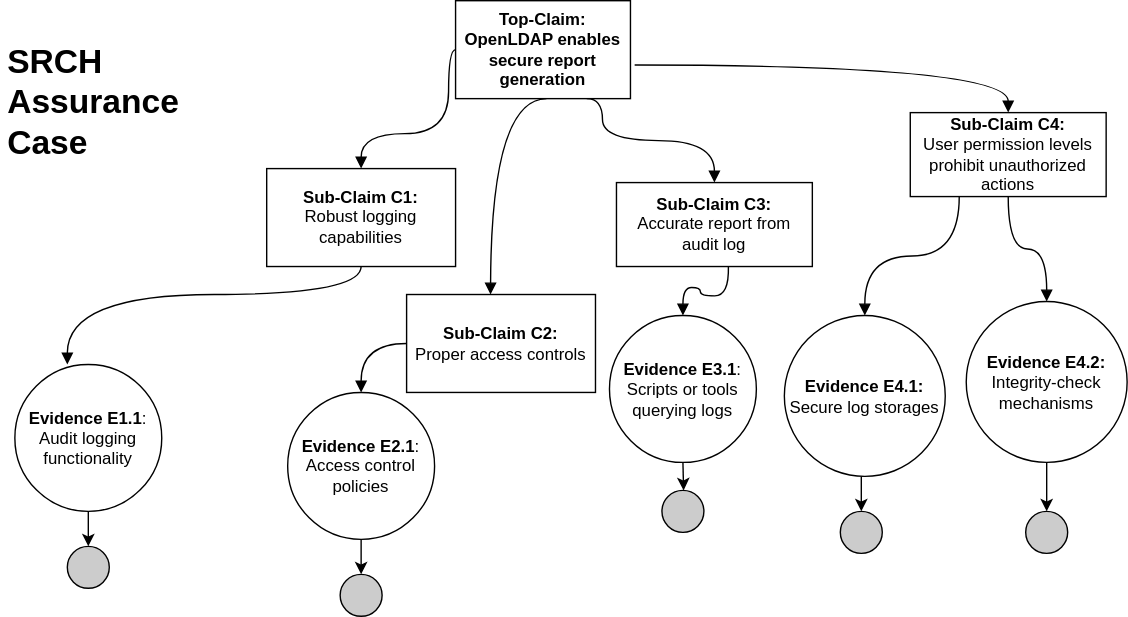
Before: images/SRCH_accurance_case.svg, a diagram exported from draw.io (bartelsjoshuac/SAPG). Source tidied: cells renumbered, new cells last; positions are measured from the earlier drawing's top-left corner, leaving out a move shared by most shapes.
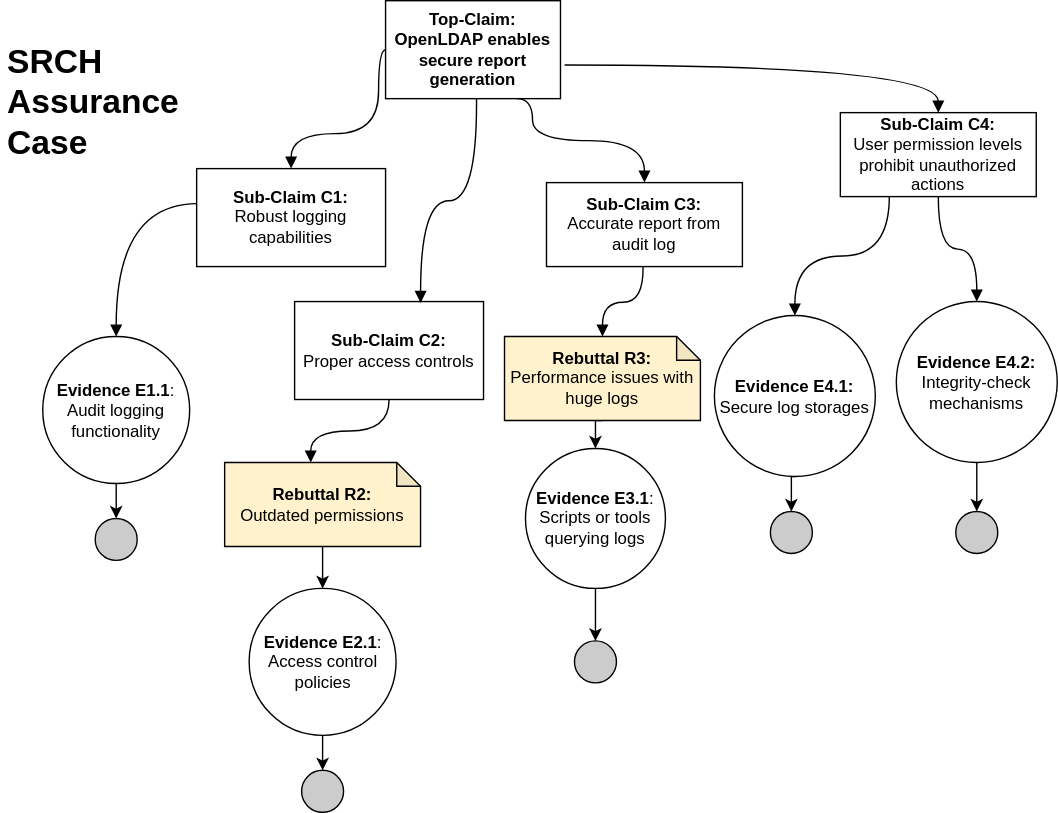
Later version of the same file.

Commit message:
diagram for assurance case 5 is updated

Rebuttals are added to the image.

The edit, as a diff of the source:
```diff
@@ -3,7 +3,7 @@
     <mxCell id="0" />
     <mxCell id="1" parent="0" />
     <mxCell id="2" value="&lt;div&gt;&lt;br&gt;&lt;/div&gt;&lt;h1&gt;SRCH&lt;br&gt;Assurance Case&lt;/h1&gt;&lt;p&gt;&lt;br&gt;&lt;/p&gt;" style="text;html=1;strokeColor=none;fillColor=none;spacing=5;spacingTop=-20;whiteSpace=wrap;overflow=hidden;rounded=0;" parent="1" vertex="1">
-      <mxGeometry y="10" width="190" height="250" as="geometry" />
+      <mxGeometry x="50" y="10" width="135" height="120" as="geometry" />
     </mxCell>
     <mxCell id="3" style="edgeStyle=orthogonalEdgeStyle;rounded=0;jettySize=auto;html=1;endArrow=block;endFill=1;curved=1;entryX=0.5;entryY=0;entryDx=0;entryDy=0;" parent="1" edge="1" source="4" target="6">
       <mxGeometry relative="1" as="geometry">
@@ -17,9 +17,6 @@
     <mxCell id="4" value="&lt;b&gt;Top-Claim:&lt;/b&gt;&lt;br&gt;&lt;b&gt;OpenLDAP enables secure report generation&lt;/b&gt;" style="rounded=0;whiteSpace=wrap;html=1;" parent="1" vertex="1">
       <mxGeometry x="325" width="125" height="70" as="geometry" />
     </mxCell>
-    <mxCell id="5" style="edgeStyle=orthogonalEdgeStyle;curved=1;rounded=0;jettySize=auto;html=1;exitX=0.5;exitY=1;exitDx=0;exitDy=0;entryX=0.25;entryY=1;entryDx=0;entryDy=0;endArrow=block;endFill=1;" parent="1" edge="1" source="6" target="2">
-      <mxGeometry relative="1" as="geometry" />
-    </mxCell>
     <mxCell id="6" value="&lt;b&gt;Sub-Claim C1:&lt;br&gt;&lt;/b&gt;Robust logging capabilities" style="rounded=0;whiteSpace=wrap;html=1;" parent="1" vertex="1">
       <mxGeometry x="190" y="120" width="135" height="70" as="geometry" />
     </mxCell>
@@ -54,48 +51,37 @@
       <mxGeometry relative="1" as="geometry" />
     </mxCell>
     <mxCell id="15" value="&lt;b&gt;Evidence E1.1&lt;/b&gt;:&lt;br&gt;Audit logging functionality" style="ellipse;whiteSpace=wrap;html=1;fillColor=#ffffff;rounded=0;" parent="1" vertex="1">
-      <mxGeometry x="10" y="260" width="105" height="105" as="geometry" />
+      <mxGeometry x="80" y="240" width="105" height="105" as="geometry" />
     </mxCell>
     <mxCell id="16" style="ellipse;whiteSpace=wrap;html=1;fillColor=#CCCCCC;" parent="1" vertex="1">
-      <mxGeometry x="47.5" y="390" width="30" height="30" as="geometry" />
+      <mxGeometry x="117.5" y="370" width="30" height="30" as="geometry" />
     </mxCell>
     <mxCell id="17" value="&lt;b&gt;Sub-Claim C2:&lt;br&gt;&lt;/b&gt;Proper access controls" style="rounded=0;whiteSpace=wrap;html=1;" parent="1" vertex="1">
-      <mxGeometry x="290" y="210" width="135" height="70" as="geometry" />
+      <mxGeometry x="260" y="215" width="135" height="70" as="geometry" />
     </mxCell>
     <mxCell id="18" style="edgeStyle=orthogonalEdgeStyle;rounded=0;jettySize=auto;html=1;exitX=0.5;exitY=1;exitDx=0;exitDy=0;entryX=0.5;entryY=0;entryDx=0;entryDy=0;" parent="1" edge="1" source="19" target="20">
       <mxGeometry relative="1" as="geometry" />
     </mxCell>
     <mxCell id="19" value="&lt;b&gt;Evidence E2.1&lt;/b&gt;:&lt;br&gt;Access control policies" style="ellipse;whiteSpace=wrap;html=1;fillColor=#ffffff;rounded=0;" parent="1" vertex="1">
-      <mxGeometry x="205" y="280" width="105" height="105" as="geometry" />
+      <mxGeometry x="227.5" y="420" width="105" height="105" as="geometry" />
     </mxCell>
     <mxCell id="20" style="ellipse;whiteSpace=wrap;html=1;fillColor=#CCCCCC;" parent="1" vertex="1">
-      <mxGeometry x="242.5" y="410" width="30" height="30" as="geometry" />
+      <mxGeometry x="265" y="550" width="30" height="30" as="geometry" />
     </mxCell>
-    <mxCell id="21" style="edgeStyle=orthogonalEdgeStyle;rounded=0;orthogonalLoop=1;jettySize=auto;html=1;endArrow=block;endFill=1;curved=1;entryX=0.5;entryY=0;entryDx=0;entryDy=0;" parent="1" edge="1">
+    <mxCell id="21" style="edgeStyle=orthogonalEdgeStyle;rounded=0;jettySize=auto;html=1;endArrow=block;endFill=1;curved=1;entryX=0.667;entryY=0.014;entryDx=0;entryDy=0;entryPerimeter=0;" parent="1" edge="1" target="17">
       <mxGeometry relative="1" as="geometry">
         <mxPoint x="390" y="70" as="sourcePoint" />
-        <mxPoint x="350" y="210" as="targetPoint" />
       </mxGeometry>
     </mxCell>
-    <mxCell id="22" style="edgeStyle=orthogonalEdgeStyle;rounded=0;jettySize=auto;html=1;endArrow=block;endFill=1;curved=1;entryX=0.5;entryY=0;entryDx=0;entryDy=0;exitX=0;exitY=0.5;exitDx=0;exitDy=0;" parent="1" edge="1" source="17" target="19">
-      <mxGeometry relative="1" as="geometry" />
-    </mxCell>
-    <mxCell id="23" style="edgeStyle=orthogonalEdgeStyle;rounded=0;jettySize=auto;html=1;exitX=0.5;exitY=1;exitDx=0;exitDy=0;" parent="1" edge="1" source="24">
-      <mxGeometry relative="1" as="geometry">
-        <mxPoint x="488" y="350" as="targetPoint" />
-      </mxGeometry>
-    </mxCell>
+    <mxCell id="32" style="edgeStyle=orthogonalEdgeStyle;rounded=0;jettySize=auto;html=1;exitX=0.5;exitY=1;exitDx=0;exitDy=0;entryX=0.5;entryY=0;entryDx=0;entryDy=0;" parent="1" edge="1" source="24" target="25">
+      <mxGeometry relative="1" as="geometry" />
+    </mxCell>
     <mxCell id="24" value="&lt;b&gt;Evidence E3.1&lt;/b&gt;:&lt;br&gt;Scripts or tools querying logs" style="ellipse;whiteSpace=wrap;html=1;fillColor=#ffffff;rounded=0;" parent="1" vertex="1">
-      <mxGeometry x="435" y="225" width="105" height="105" as="geometry" />
+      <mxGeometry x="425" y="320" width="100" height="100" as="geometry" />
     </mxCell>
     <mxCell id="25" style="ellipse;whiteSpace=wrap;html=1;fillColor=#CCCCCC;" parent="1" vertex="1">
-      <mxGeometry x="472.5" y="350" width="30" height="30" as="geometry" />
+      <mxGeometry x="460" y="457.5" width="30" height="30" as="geometry" />
     </mxCell>
-    <mxCell id="26" style="edgeStyle=orthogonalEdgeStyle;rounded=0;jettySize=auto;html=1;endArrow=block;endFill=1;curved=1;entryX=0.5;entryY=0;entryDx=0;entryDy=0;exitX=0;exitY=0.5;exitDx=0;exitDy=0;" parent="1" edge="1" target="24">
-      <mxGeometry relative="1" as="geometry">
-        <mxPoint x="520" y="190" as="sourcePoint" />
-      </mxGeometry>
-    </mxCell>
     <mxCell id="27" style="edgeStyle=orthogonalEdgeStyle;curved=1;rounded=0;jettySize=auto;html=1;endArrow=block;endFill=1;entryX=0.5;entryY=0;entryDx=0;entryDy=0;" parent="1" edge="1" source="28" target="13">
       <mxGeometry relative="1" as="geometry" />
     </mxCell>
@@ -111,5 +97,30 @@
     <mxCell id="31" style="edgeStyle=orthogonalEdgeStyle;curved=1;rounded=0;jettySize=auto;html=1;endArrow=block;endFill=1;exitX=1.024;exitY=0.657;exitDx=0;exitDy=0;exitPerimeter=0;entryX=0.5;entryY=0;entryDx=0;entryDy=0;" parent="1" edge="1" source="4" target="28">
       <mxGeometry relative="1" as="geometry" />
     </mxCell>
+    <mxCell id="33" style="edgeStyle=orthogonalEdgeStyle;rounded=0;jettySize=auto;html=1;endArrow=block;endFill=1;curved=1;entryX=0;entryY=0;entryDx=61.5;entryDy=0;exitX=0.5;exitY=1;exitDx=0;exitDy=0;entryPerimeter=0;" parent="1" edge="1" source="17" target="35">
+      <mxGeometry relative="1" as="geometry" />
+    </mxCell>
+    <mxCell id="34" style="edgeStyle=orthogonalEdgeStyle;rounded=0;jettySize=auto;html=1;exitX=0.5;exitY=1;exitDx=0;exitDy=0;exitPerimeter=0;entryX=0.5;entryY=0;entryDx=0;entryDy=0;" parent="1" edge="1" source="35" target="19">
+      <mxGeometry relative="1" as="geometry" />
+    </mxCell>
+    <mxCell id="35" value="&lt;b&gt;Rebuttal R2:&lt;/b&gt;&lt;br&gt;Outdated permissions" style="shape=note;whiteSpace=wrap;html=1;backgroundOutline=1;darkOpacity=0.05;size=17;fillColor=#FFF2CC;" parent="1" vertex="1">
+      <mxGeometry x="210" y="330" width="140" height="60" as="geometry" />
+    </mxCell>
+    <mxCell id="36" style="edgeStyle=orthogonalEdgeStyle;rounded=0;jettySize=auto;html=1;exitX=0.5;exitY=1;exitDx=0;exitDy=0;exitPerimeter=0;entryX=0.5;entryY=0;entryDx=0;entryDy=0;" parent="1" edge="1" source="37" target="24">
+      <mxGeometry relative="1" as="geometry" />
+    </mxCell>
+    <mxCell id="37" value="&lt;b&gt;Rebuttal R3:&lt;/b&gt;&lt;br&gt;Performance issues with huge logs" style="shape=note;whiteSpace=wrap;html=1;backgroundOutline=1;darkOpacity=0.05;size=17;fillColor=#FFF2CC;" parent="1" vertex="1">
+      <mxGeometry x="410" y="240" width="140" height="60" as="geometry" />
+    </mxCell>
+    <mxCell id="38" style="edgeStyle=orthogonalEdgeStyle;rounded=0;jettySize=auto;html=1;endArrow=block;endFill=1;curved=1;entryX=0.5;entryY=0;entryDx=0;entryDy=0;exitX=0.457;exitY=1;exitDx=0;exitDy=0;exitPerimeter=0;entryPerimeter=0;" parent="1" edge="1" target="37">
+      <mxGeometry relative="1" as="geometry">
+        <mxPoint x="509" y="190" as="sourcePoint" />
+      </mxGeometry>
+    </mxCell>
+    <mxCell id="39" style="edgeStyle=orthogonalEdgeStyle;rounded=0;jettySize=auto;html=1;endArrow=block;endFill=1;curved=1;entryX=0.5;entryY=0;entryDx=0;entryDy=0;exitX=0.5;exitY=1;exitDx=0;exitDy=0;" parent="1" edge="1" target="15">
+      <mxGeometry relative="1" as="geometry">
+        <mxPoint x="190" y="145" as="sourcePoint" />
+      </mxGeometry>
+    </mxCell>
   </root>
 </mxGraphModel>
```
